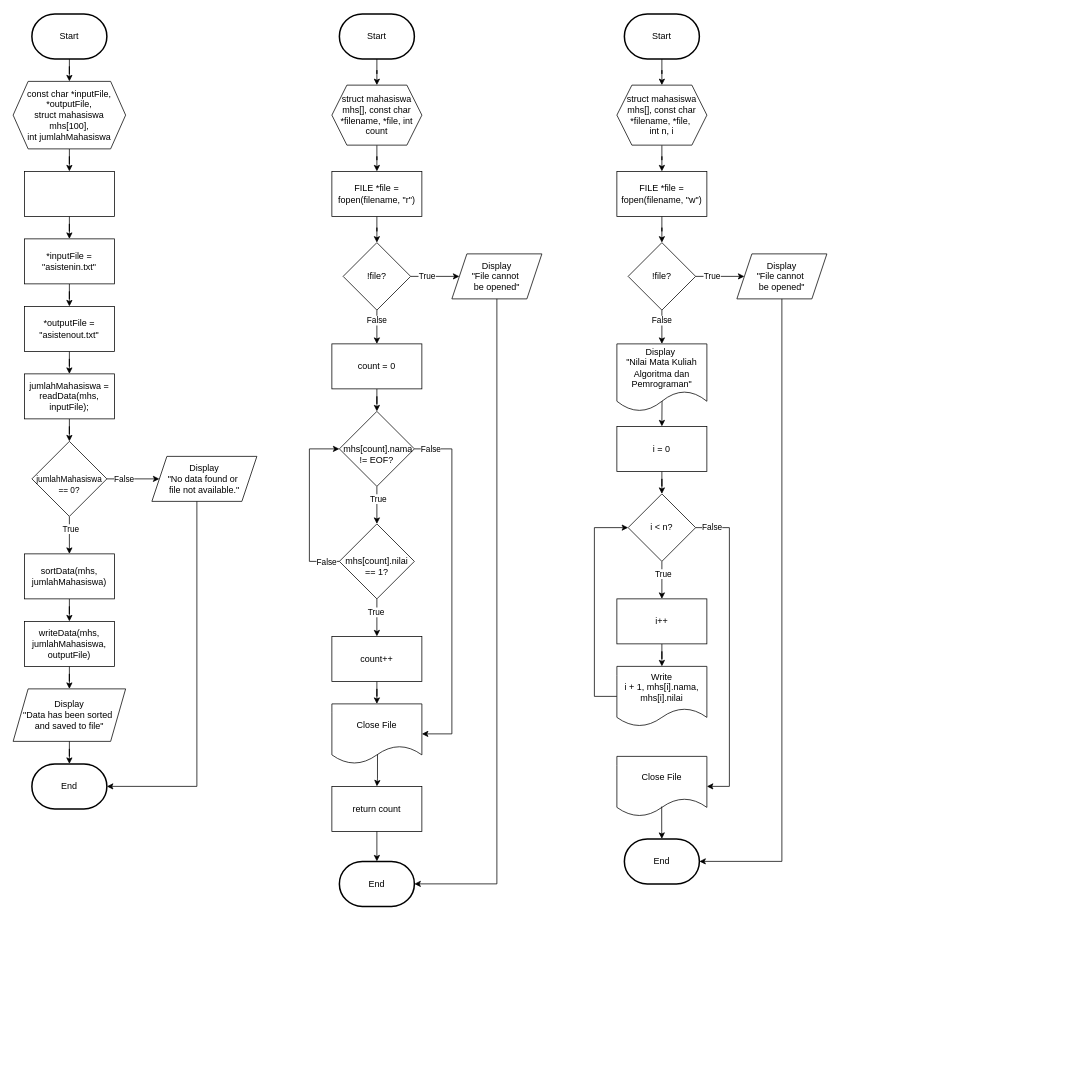
Before: modul 4.drawio in elikawicaksana/BuildIT_BasisData, a draw.io diagram. Source tidied: cells renumbered, new cells numbered last; positions are measured from the earlier drawing's top-left corner, leaving out a move shared by most shapes. Both pictures are drawn from the tidied source at 75%, with x=0, y=0 at pixel (13, 14).
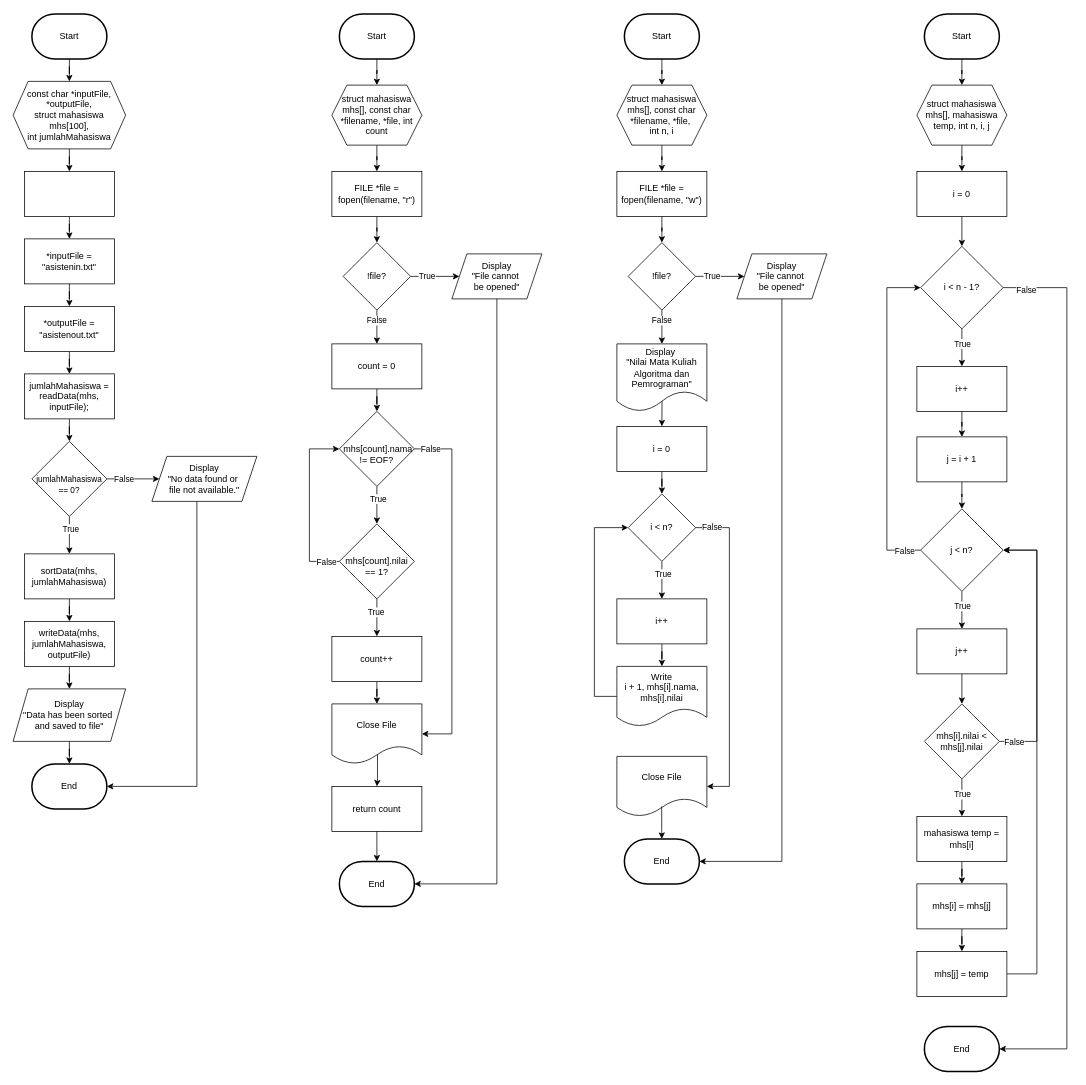
The same page after the edit.

What changed in the source:
```diff
@@
+    <mxCell id="89" style="edgeStyle=orthogonalEdgeStyle;rounded=0;jettySize=auto;html=1;entryX=0.5;entryY=0;entryDx=0;entryDy=0;" parent="1" edge="1" source="90" target="92">
+      <mxGeometry relative="1" as="geometry" />
+    </mxCell>
+    <mxCell id="90" value="Start" style="strokeWidth=2;html=1;shape=mxgraph.flowchart.terminator;whiteSpace=wrap;" parent="1" vertex="1">
+      <mxGeometry x="1215" width="100" height="60" as="geometry" />
+    </mxCell>
+    <mxCell id="91" style="edgeStyle=orthogonalEdgeStyle;rounded=0;jettySize=auto;html=1;entryX=0.5;entryY=0;entryDx=0;entryDy=0;" parent="1" edge="1" source="92" target="97">
+      <mxGeometry relative="1" as="geometry" />
+    </mxCell>
+    <mxCell id="92" value="struct&amp;nbsp;mahasiswa mhs[], mahasiswa temp,&amp;nbsp;int n, i, j" style="shape=hexagon;perimeter=hexagonPerimeter2;whiteSpace=wrap;html=1;fixedSize=1;" parent="1" vertex="1">
+      <mxGeometry x="1205" y="95" width="120" height="80" as="geometry" />
+    </mxCell>
+    <mxCell id="93" style="edgeStyle=orthogonalEdgeStyle;rounded=0;jettySize=auto;html=1;entryX=0.5;entryY=0;entryDx=0;entryDy=0;" parent="1" edge="1" source="95" target="99">
+      <mxGeometry relative="1" as="geometry" />
+    </mxCell>
+    <mxCell id="94" value="True" style="edgeLabel;html=1;align=center;verticalAlign=middle;" parent="93" vertex="1">
+      <mxGeometry x="-0.24" relative="1" as="geometry" />
+    </mxCell>
+    <mxCell id="95" value="i &amp;lt; n - 1?" style="rhombus;whiteSpace=wrap;html=1;" parent="1" vertex="1">
+      <mxGeometry x="1210" y="310" width="110" height="110" as="geometry" />
+    </mxCell>
+    <mxCell id="96" style="edgeStyle=orthogonalEdgeStyle;rounded=0;jettySize=auto;html=1;entryX=0.5;entryY=0;entryDx=0;entryDy=0;" parent="1" edge="1" source="97" target="95">
+      <mxGeometry relative="1" as="geometry" />
+    </mxCell>
+    <mxCell id="97" value="i = 0" style="rounded=0;whiteSpace=wrap;html=1;" parent="1" vertex="1">
+      <mxGeometry x="1205" y="210" width="120" height="60" as="geometry" />
+    </mxCell>
+    <mxCell id="98" style="edgeStyle=orthogonalEdgeStyle;rounded=0;jettySize=auto;html=1;entryX=0.5;entryY=0;entryDx=0;entryDy=0;" parent="1" edge="1" source="99" target="109">
+      <mxGeometry relative="1" as="geometry" />
+    </mxCell>
+    <mxCell id="99" value="i++" style="rounded=0;whiteSpace=wrap;html=1;" parent="1" vertex="1">
+      <mxGeometry x="1205" y="470" width="120" height="60" as="geometry" />
+    </mxCell>
+    <mxCell id="100" value="End" style="strokeWidth=2;html=1;shape=mxgraph.flowchart.terminator;whiteSpace=wrap;" parent="1" vertex="1">
+      <mxGeometry x="1215" y="1350" width="100" height="60" as="geometry" />
+    </mxCell>
+    <mxCell id="101" style="edgeStyle=orthogonalEdgeStyle;rounded=0;jettySize=auto;html=1;entryX=1;entryY=0.5;entryDx=0;entryDy=0;entryPerimeter=0;" parent="1" edge="1" source="95" target="100">
+      <mxGeometry relative="1" as="geometry">
+        <Array as="points">
+          <mxPoint x="1405" y="365" />
+          <mxPoint x="1405" y="1380" />
+        </Array>
+      </mxGeometry>
+    </mxCell>
+    <mxCell id="102" value="False" style="edgeLabel;html=1;align=center;verticalAlign=middle;" parent="101" vertex="1">
+      <mxGeometry x="-0.95" y="-2" relative="1" as="geometry" />
+    </mxCell>
+    <mxCell id="103" style="edgeStyle=orthogonalEdgeStyle;rounded=0;jettySize=auto;html=1;entryX=0.5;entryY=0;entryDx=0;entryDy=0;" parent="1" edge="1" source="107" target="111">
+      <mxGeometry relative="1" as="geometry" />
+    </mxCell>
+    <mxCell id="104" value="True" style="edgeLabel;html=1;align=center;verticalAlign=middle;" parent="103" vertex="1">
+      <mxGeometry x="-0.24" relative="1" as="geometry" />
+    </mxCell>
+    <mxCell id="105" style="edgeStyle=orthogonalEdgeStyle;rounded=0;jettySize=auto;html=1;entryX=0;entryY=0.5;entryDx=0;entryDy=0;" parent="1" edge="1" source="107" target="95">
+      <mxGeometry relative="1" as="geometry">
+        <Array as="points">
+          <mxPoint x="1165" y="715" />
+          <mxPoint x="1165" y="365" />
+        </Array>
+      </mxGeometry>
+    </mxCell>
+    <mxCell id="106" value="False" style="edgeLabel;html=1;align=center;verticalAlign=middle;" parent="105" vertex="1">
+      <mxGeometry x="-0.9" relative="1" as="geometry" />
+    </mxCell>
+    <mxCell id="107" value="j &amp;lt; n?" style="rhombus;whiteSpace=wrap;html=1;" parent="1" vertex="1">
+      <mxGeometry x="1210" y="660" width="110" height="110" as="geometry" />
+    </mxCell>
+    <mxCell id="108" style="edgeStyle=orthogonalEdgeStyle;rounded=0;jettySize=auto;html=1;entryX=0.5;entryY=0;entryDx=0;entryDy=0;" parent="1" edge="1" source="109" target="107">
+      <mxGeometry relative="1" as="geometry" />
+    </mxCell>
+    <mxCell id="109" value="j = i + 1" style="rounded=0;whiteSpace=wrap;html=1;" parent="1" vertex="1">
+      <mxGeometry x="1205" y="564" width="120" height="60" as="geometry" />
+    </mxCell>
+    <mxCell id="110" style="edgeStyle=orthogonalEdgeStyle;rounded=0;jettySize=auto;html=1;entryX=0.5;entryY=0;entryDx=0;entryDy=0;" parent="1" edge="1" source="111" target="116">
+      <mxGeometry relative="1" as="geometry" />
+    </mxCell>
+    <mxCell id="111" value="j++" style="rounded=0;whiteSpace=wrap;html=1;" parent="1" vertex="1">
+      <mxGeometry x="1205" y="820" width="120" height="60" as="geometry" />
+    </mxCell>
+    <mxCell id="112" style="edgeStyle=orthogonalEdgeStyle;rounded=0;jettySize=auto;html=1;entryX=0.5;entryY=0;entryDx=0;entryDy=0;" parent="1" edge="1" source="116" target="118">
+      <mxGeometry relative="1" as="geometry" />
+    </mxCell>
+    <mxCell id="113" value="True" style="edgeLabel;html=1;align=center;verticalAlign=middle;" parent="112" vertex="1">
+      <mxGeometry x="-0.2" relative="1" as="geometry" />
+    </mxCell>
+    <mxCell id="114" style="edgeStyle=orthogonalEdgeStyle;rounded=0;jettySize=auto;html=1;entryX=1;entryY=0.5;entryDx=0;entryDy=0;exitX=1;exitY=0.5;exitDx=0;exitDy=0;" parent="1" edge="1" source="116" target="107">
+      <mxGeometry relative="1" as="geometry">
+        <Array as="points">
+          <mxPoint x="1365" y="970" />
+          <mxPoint x="1365" y="715" />
+        </Array>
+      </mxGeometry>
+    </mxCell>
+    <mxCell id="115" value="False" style="edgeLabel;html=1;align=center;verticalAlign=middle;" parent="114" vertex="1">
+      <mxGeometry x="-0.89" relative="1" as="geometry" />
+    </mxCell>
+    <mxCell id="116" value="mhs[i].nilai &amp;lt; mhs[j].nilai" style="rhombus;whiteSpace=wrap;html=1;" parent="1" vertex="1">
+      <mxGeometry x="1215" y="920" width="100" height="100" as="geometry" />
+    </mxCell>
+    <mxCell id="117" style="edgeStyle=orthogonalEdgeStyle;rounded=0;jettySize=auto;html=1;entryX=0.5;entryY=0;entryDx=0;entryDy=0;" parent="1" edge="1" source="118" target="120">
+      <mxGeometry relative="1" as="geometry" />
+    </mxCell>
+    <mxCell id="118" value="mahasiswa temp = mhs[i]" style="rounded=0;whiteSpace=wrap;html=1;" parent="1" vertex="1">
+      <mxGeometry x="1205" y="1070" width="120" height="60" as="geometry" />
+    </mxCell>
+    <mxCell id="119" style="edgeStyle=orthogonalEdgeStyle;rounded=0;jettySize=auto;html=1;entryX=0.5;entryY=0;entryDx=0;entryDy=0;" parent="1" edge="1" source="120" target="122">
+      <mxGeometry relative="1" as="geometry" />
+    </mxCell>
+    <mxCell id="120" value="mhs[i] = mhs[j]" style="rounded=0;whiteSpace=wrap;html=1;" parent="1" vertex="1">
+      <mxGeometry x="1205" y="1160" width="120" height="60" as="geometry" />
+    </mxCell>
+    <mxCell id="121" style="edgeStyle=orthogonalEdgeStyle;rounded=0;jettySize=auto;html=1;entryX=1;entryY=0.5;entryDx=0;entryDy=0;" parent="1" edge="1" source="122" target="107">
+      <mxGeometry relative="1" as="geometry">
+        <Array as="points">
+          <mxPoint x="1365" y="1280" />
+          <mxPoint x="1365" y="715" />
+        </Array>
+      </mxGeometry>
+    </mxCell>
+    <mxCell id="122" value="mhs[j] = temp" style="rounded=0;whiteSpace=wrap;html=1;" parent="1" vertex="1">
+      <mxGeometry x="1205" y="1250" width="120" height="60" as="geometry" />
+    </mxCell>
```
